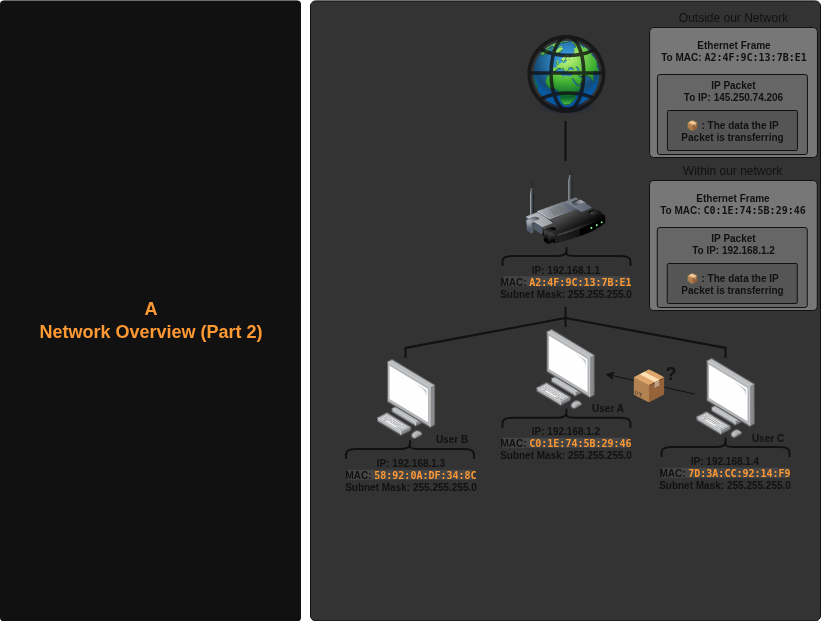
The draw.io diagram assets/imgs/cheatsheets/networking_cs/network_overview.png in Futsec/s-mastering-linux-jannis-seemann, before a commit. Source tidied: cells renumbered, new cells last; positions are measured from the earlier drawing's top-left corner, leaving out a move shared by most shapes.
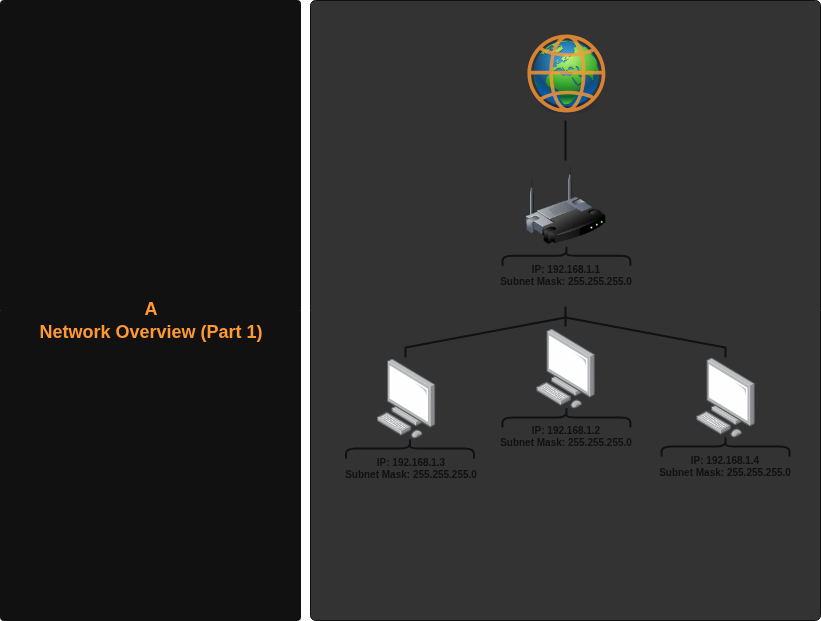
After the commit.

The edit, as a diff of the source:
```diff
@@ -3,160 +3,85 @@
     <mxCell id="0" />
     <mxCell id="1" parent="0" />
     <mxCell id="2" style="rounded=1;whiteSpace=wrap;html=1;fillColor=#111111;arcSize=1;strokeColor=#111111;" parent="1" vertex="1">
-      <mxGeometry y="0.4" width="300" height="620" as="geometry" />
+      <mxGeometry x="-1700" width="300" height="620" as="geometry" />
     </mxCell>
-    <mxCell id="3" value="&lt;div style=&quot;line-height: 0%;&quot;&gt;&lt;h4 tabindex=&quot;-1&quot; class=&quot;heading-element&quot; dir=&quot;auto&quot;&gt;A&lt;/h4&gt;&lt;div&gt;Network Overview (Part 2)&lt;/div&gt;&lt;/div&gt;" style="text;strokeColor=none;fillColor=none;html=1;fontSize=18;fontStyle=1;verticalAlign=middle;align=center;rotation=0;fontColor=#FF9933;horizontal=1;spacingTop=0;spacing=2;" parent="1" vertex="1">
-      <mxGeometry y="19.5" width="299" height="580" as="geometry" />
+    <mxCell id="3" style="rounded=1;whiteSpace=wrap;html=1;fillColor=#333333;arcSize=1;strokeColor=#111111;fontColor=#99FFFF;" parent="1" vertex="1">
+      <mxGeometry x="-1390" width="510" height="620" as="geometry" />
     </mxCell>
-    <mxCell id="4" style="rounded=1;whiteSpace=wrap;html=1;fillColor=#333333;arcSize=1;strokeColor=#111111;fontColor=#99FFFF;" parent="1" vertex="1">
-      <mxGeometry x="310" y="0.4" width="510" height="620" as="geometry" />
+    <mxCell id="4" value="&lt;div style=&quot;line-height: 0%;&quot;&gt;&lt;h4 tabindex=&quot;-1&quot; class=&quot;heading-element&quot; dir=&quot;auto&quot;&gt;A&lt;/h4&gt;&lt;div&gt;Network Overview (Part 1)&lt;/div&gt;&lt;/div&gt;" style="text;strokeColor=none;fillColor=none;html=1;fontSize=18;fontStyle=1;verticalAlign=middle;align=center;rotation=0;fontColor=#FF9933;horizontal=1;spacingTop=0;spacing=2;" parent="1" vertex="1">
+      <mxGeometry x="-1699.5" y="19.5" width="299" height="580" as="geometry" />
     </mxCell>
     <mxCell id="5" style="image;html=1;align=center;shadow=0;dashed=0;image=img/lib/allied_telesis/computer_and_terminals/Personal_Computer.svg;" parent="1" vertex="1">
-      <mxGeometry x="535.5" y="328.4" width="59" height="80" as="geometry" />
+      <mxGeometry x="-1164.5" y="328" width="59" height="80" as="geometry" />
     </mxCell>
     <mxCell id="6" style="image;html=1;align=center;shadow=0;dashed=0;image=img/lib/allied_telesis/computer_and_terminals/Personal_Computer.svg;" parent="1" vertex="1">
-      <mxGeometry x="376" y="358.4" width="59" height="80" as="geometry" />
+      <mxGeometry x="-1324" y="358" width="59" height="80" as="geometry" />
     </mxCell>
     <mxCell id="7" style="image;html=1;align=center;shadow=0;dashed=0;image=img/lib/allied_telesis/computer_and_terminals/Personal_Computer.svg;" parent="1" vertex="1">
-      <mxGeometry x="695.5" y="357.4" width="59" height="80" as="geometry" />
+      <mxGeometry x="-1004.5" y="357" width="59" height="80" as="geometry" />
     </mxCell>
     <mxCell id="8" style="endArrow=none;html=1;rounded=0;strokeColor=#111111;strokeWidth=2;" parent="1" edge="1">
       <mxGeometry relative="1" as="geometry">
-        <mxPoint x="405" y="357.4" as="sourcePoint" />
-        <mxPoint x="565" y="317.4" as="targetPoint" />
+        <mxPoint x="-1295" y="357" as="sourcePoint" />
+        <mxPoint x="-1135" y="317" as="targetPoint" />
         <Array as="points">
-          <mxPoint x="405" y="347.4" />
+          <mxPoint x="-1295" y="347" />
         </Array>
       </mxGeometry>
     </mxCell>
     <mxCell id="9" style="endArrow=none;html=1;rounded=0;strokeColor=#111111;strokeWidth=2;" parent="1" edge="1">
       <mxGeometry relative="1" as="geometry">
-        <mxPoint x="725" y="357.4" as="sourcePoint" />
-        <mxPoint x="565" y="317.4" as="targetPoint" />
+        <mxPoint x="-975" y="357" as="sourcePoint" />
+        <mxPoint x="-1135" y="317" as="targetPoint" />
         <Array as="points">
-          <mxPoint x="725" y="347.4" />
+          <mxPoint x="-975" y="347" />
         </Array>
       </mxGeometry>
     </mxCell>
     <mxCell id="10" style="endArrow=none;html=1;rounded=0;strokeColor=#111111;strokeWidth=2;" parent="1" edge="1">
       <mxGeometry relative="1" as="geometry">
-        <mxPoint x="565" y="160.4" as="sourcePoint" />
-        <mxPoint x="565" y="120.4" as="targetPoint" />
+        <mxPoint x="-1135" y="160" as="sourcePoint" />
+        <mxPoint x="-1135" y="120" as="targetPoint" />
       </mxGeometry>
     </mxCell>
     <mxCell id="11" style="image;html=1;image=img/lib/clip_art/networking/Wireless_Router_128x128.png;" parent="1" vertex="1">
-      <mxGeometry x="524.9" y="165" width="80" height="80" as="geometry" />
+      <mxGeometry x="-1175.1" y="164.6" width="80" height="80" as="geometry" />
     </mxCell>
     <mxCell id="12" style="image;html=1;image=img/lib/clip_art/general/Earth_globe_128x128.png;" parent="1" vertex="1">
-      <mxGeometry x="526.9" y="40.4" width="78.1" height="74" as="geometry" />
+      <mxGeometry x="-1173.1" y="40" width="78.1" height="74" as="geometry" />
     </mxCell>
-    <mxCell id="13" style="sketch=0;fontColor=#232F3E;gradientColor=none;fillColor=#111111;strokeColor=none;dashed=0;verticalLabelPosition=bottom;verticalAlign=top;align=center;html=1;fontSize=12;fontStyle=0;shape=mxgraph.aws4.globe;opacity=80;" parent="1" vertex="1">
-      <mxGeometry x="526.9" y="34.4" width="78" height="78" as="geometry" />
+    <mxCell id="13" style="sketch=0;fontColor=#232F3E;gradientColor=none;fillColor=#FF9933;strokeColor=none;dashed=0;verticalLabelPosition=bottom;verticalAlign=top;align=center;html=1;fontSize=12;fontStyle=0;shape=mxgraph.aws4.globe;opacity=80;" parent="1" vertex="1">
+      <mxGeometry x="-1173.1" y="34" width="78" height="78" as="geometry" />
     </mxCell>
-    <mxCell id="14" style="endArrow=none;html=1;rounded=0;strokeColor=#111111;strokeWidth=2;" parent="1" edge="1">
-      <mxGeometry relative="1" as="geometry">
-        <mxPoint x="565" y="326.4" as="sourcePoint" />
-        <mxPoint x="565" y="306.4" as="targetPoint" />
-      </mxGeometry>
+    <mxCell id="14" value="IP: 192.168.1.3&lt;br&gt;&lt;div&gt;&lt;span style=&quot;background-color: transparent;&quot;&gt;Subnet Mask: 255.255.255.0&lt;/span&gt;&lt;/div&gt;" style="text;html=1;align=center;verticalAlign=middle;whiteSpace=wrap;rounded=0;fontColor=#111111;fontStyle=1;fontSize=10;" parent="1" vertex="1">
+      <mxGeometry x="-1374.5" y="438.3" width="169.5" height="57" as="geometry" />
     </mxCell>
-    <mxCell id="15" style="shape=curlyBracket;whiteSpace=wrap;html=1;rounded=1;flipH=1;labelPosition=right;verticalLabelPosition=middle;align=left;verticalAlign=middle;rotation=-90;strokeColor=#111111;strokeWidth=2;" parent="1" vertex="1">
-      <mxGeometry x="399.5" y="384.5" width="20" height="127.9" as="geometry" />
+    <mxCell id="15" value="IP: 192.168.1.2&lt;br&gt;&lt;div&gt;&lt;span style=&quot;background-color: transparent;&quot;&gt;Subnet Mask: 255.255.255.0&lt;/span&gt;&lt;/div&gt;" style="text;html=1;align=center;verticalAlign=middle;whiteSpace=wrap;rounded=0;fontColor=#111111;fontStyle=1;fontSize=10;" parent="1" vertex="1">
+      <mxGeometry x="-1218.8" y="406" width="169.5" height="57" as="geometry" />
     </mxCell>
-    <mxCell id="16" style="shape=curlyBracket;whiteSpace=wrap;html=1;rounded=1;flipH=1;labelPosition=right;verticalLabelPosition=middle;align=left;verticalAlign=middle;rotation=-90;strokeColor=#111111;strokeWidth=2;" parent="1" vertex="1">
-      <mxGeometry x="556" y="353.4" width="20" height="127.9" as="geometry" />
+    <mxCell id="16" value="IP: 192.168.1.4&lt;br&gt;&lt;div&gt;&lt;span style=&quot;background-color: transparent;&quot;&gt;Subnet Mask: 255.255.255.0&lt;/span&gt;&lt;/div&gt;" style="text;html=1;align=center;verticalAlign=middle;whiteSpace=wrap;rounded=0;fontColor=#111111;fontStyle=1;fontSize=10;" parent="1" vertex="1">
+      <mxGeometry x="-1059.7" y="436.3" width="169.5" height="57" as="geometry" />
     </mxCell>
-    <mxCell id="17" style="shape=curlyBracket;whiteSpace=wrap;html=1;rounded=1;flipH=1;labelPosition=right;verticalLabelPosition=middle;align=left;verticalAlign=middle;rotation=-90;strokeColor=#111111;strokeWidth=2;" parent="1" vertex="1">
-      <mxGeometry x="715" y="382.5" width="20" height="127.9" as="geometry" />
+    <mxCell id="17" value="IP: 192.168.1.1&lt;div&gt;&lt;div&gt;&lt;div&gt;&lt;span style=&quot;background-color: transparent;&quot;&gt;Subnet Mask: 255.255.255.0&lt;/span&gt;&lt;/div&gt;&lt;/div&gt;&lt;/div&gt;" style="text;html=1;align=center;verticalAlign=middle;whiteSpace=wrap;rounded=0;fontColor=#111111;fontStyle=1;fontSize=10;" parent="1" vertex="1">
+      <mxGeometry x="-1218.8" y="245.9" width="169.5" height="57" as="geometry" />
     </mxCell>
-    <mxCell id="18" style="shape=curlyBracket;whiteSpace=wrap;html=1;rounded=1;flipH=1;labelPosition=right;verticalLabelPosition=middle;align=left;verticalAlign=middle;rotation=-90;strokeColor=#111111;strokeWidth=2;" parent="1" vertex="1">
-      <mxGeometry x="556" y="191.7" width="20" height="127.9" as="geometry" />
+    <mxCell id="18" style="endArrow=none;html=1;rounded=0;strokeColor=#111111;strokeWidth=2;" parent="1" edge="1">
+      <mxGeometry relative="1" as="geometry">
+        <mxPoint x="-1135" y="326" as="sourcePoint" />
+        <mxPoint x="-1135" y="306" as="targetPoint" />
+      </mxGeometry>
     </mxCell>
-    <mxCell id="19" style="rounded=1;whiteSpace=wrap;html=1;strokeColor=none;fillColor=#77777745;" parent="1" vertex="1">
-      <mxGeometry x="346.3" y="469.3" width="126.7" height="10" as="geometry" />
+    <mxCell id="19" style="shape=curlyBracket;whiteSpace=wrap;html=1;rounded=1;flipH=1;labelPosition=right;verticalLabelPosition=middle;align=left;verticalAlign=middle;rotation=-90;strokeColor=#111111;strokeWidth=2;" parent="1" vertex="1">
+      <mxGeometry x="-1300.5" y="384.1" width="20" height="127.9" as="geometry" />
     </mxCell>
-    <mxCell id="20" style="rounded=1;whiteSpace=wrap;html=1;strokeColor=none;fillColor=#77777745;" parent="1" vertex="1">
-      <mxGeometry x="501.6" y="437.3" width="126.7" height="10" as="geometry" />
+    <mxCell id="20" style="shape=curlyBracket;whiteSpace=wrap;html=1;rounded=1;flipH=1;labelPosition=right;verticalLabelPosition=middle;align=left;verticalAlign=middle;rotation=-90;strokeColor=#111111;strokeWidth=2;" parent="1" vertex="1">
+      <mxGeometry x="-1144" y="353" width="20" height="127.9" as="geometry" />
     </mxCell>
-    <mxCell id="21" style="rounded=1;whiteSpace=wrap;html=1;strokeColor=none;fillColor=#77777745;" parent="1" vertex="1">
-      <mxGeometry x="661.7" y="467.2" width="126.7" height="10" as="geometry" />
+    <mxCell id="21" style="shape=curlyBracket;whiteSpace=wrap;html=1;rounded=1;flipH=1;labelPosition=right;verticalLabelPosition=middle;align=left;verticalAlign=middle;rotation=-90;strokeColor=#111111;strokeWidth=2;" parent="1" vertex="1">
+      <mxGeometry x="-985" y="382.1" width="20" height="127.9" as="geometry" />
     </mxCell>
-    <mxCell id="22" style="rounded=1;whiteSpace=wrap;html=1;strokeColor=none;fillColor=#77777745;" parent="1" vertex="1">
-      <mxGeometry x="502.6" y="275.8" width="126.7" height="10" as="geometry" />
+    <mxCell id="22" style="shape=curlyBracket;whiteSpace=wrap;html=1;rounded=1;flipH=1;labelPosition=right;verticalLabelPosition=middle;align=left;verticalAlign=middle;rotation=-90;strokeColor=#111111;strokeWidth=2;" parent="1" vertex="1">
+      <mxGeometry x="-1144" y="191.3" width="20" height="127.9" as="geometry" />
     </mxCell>
-    <mxCell id="23" value="IP: 192.168.1.1&lt;br&gt;MAC:&amp;nbsp;&lt;code&gt;&lt;font style=&quot;color: rgb(255, 153, 51);&quot;&gt;A2:4F:9C:13:7B:E1&lt;/font&gt;&lt;/code&gt;&lt;br&gt;&lt;div&gt;&lt;div&gt;&lt;div&gt;&lt;span style=&quot;background-color: transparent;&quot;&gt;Subnet Mask: 255.255.255.0&lt;/span&gt;&lt;/div&gt;&lt;/div&gt;&lt;/div&gt;" style="text;html=1;align=center;verticalAlign=middle;whiteSpace=wrap;rounded=0;fontColor=#111111;fontStyle=1;fontSize=10;" parent="1" vertex="1">
-      <mxGeometry x="481.2" y="252.3" width="169.5" height="57" as="geometry" />
-    </mxCell>
-    <mxCell id="24" value="IP: 192.168.1.4&lt;br&gt;MAC:&amp;nbsp;&lt;code&gt;&lt;font style=&quot;color: rgb(255, 153, 51);&quot;&gt;7D:3A:CC:92:14:F9&lt;/font&gt;&lt;/code&gt;&lt;br&gt;&lt;div&gt;&lt;span style=&quot;background-color: transparent;&quot;&gt;Subnet Mask: 255.255.255.0&lt;/span&gt;&lt;/div&gt;" style="text;html=1;align=center;verticalAlign=middle;whiteSpace=wrap;rounded=0;fontColor=#111111;fontStyle=1;fontSize=10;" parent="1" vertex="1">
-      <mxGeometry x="640.3" y="443.7" width="169.5" height="57" as="geometry" />
-    </mxCell>
-    <mxCell id="25" value="IP: 192.168.1.2&lt;br&gt;MAC:&amp;nbsp;&lt;code&gt;&lt;font style=&quot;color: rgb(255, 153, 51);&quot;&gt;C0:1E:74:5B:29:46&lt;/font&gt;&lt;/code&gt;&lt;br&gt;&lt;div&gt;&lt;span style=&quot;background-color: transparent;&quot;&gt;Subnet Mask: 255.255.255.0&lt;/span&gt;&lt;/div&gt;" style="text;html=1;align=center;verticalAlign=middle;whiteSpace=wrap;rounded=0;fontColor=#111111;fontStyle=1;fontSize=10;" parent="1" vertex="1">
-      <mxGeometry x="481.2" y="413.4" width="169.5" height="57" as="geometry" />
-    </mxCell>
-    <mxCell id="26" value="IP: 192.168.1.3&lt;br&gt;MAC:&amp;nbsp;&lt;code&gt;&lt;font style=&quot;color: rgb(255, 153, 51);&quot;&gt;58:92:0A:DF:34:8C&lt;/font&gt;&lt;/code&gt;&lt;br&gt;&lt;div&gt;&lt;span style=&quot;background-color: transparent;&quot;&gt;Subnet Mask: 255.255.255.0&lt;/span&gt;&lt;/div&gt;" style="text;html=1;align=center;verticalAlign=middle;whiteSpace=wrap;rounded=0;fontColor=#111111;fontStyle=1;fontSize=10;" parent="1" vertex="1">
-      <mxGeometry x="325.5" y="445.7" width="169.5" height="57" as="geometry" />
-    </mxCell>
-    <mxCell id="27" style="endArrow=classic;html=1;rounded=0;strokeColor=#111111;strokeWidth=1;" parent="1" edge="1">
-      <mxGeometry relative="1" as="geometry">
-        <mxPoint x="693.9" y="393.5" as="sourcePoint" />
-        <mxPoint x="604.9" y="373.5" as="targetPoint" />
-      </mxGeometry>
-    </mxCell>
-    <mxCell id="28" value="?" style="text;html=1;align=center;verticalAlign=middle;whiteSpace=wrap;rounded=0;fontSize=18;fontStyle=1;fontColor=#111111;" parent="1" vertex="1">
-      <mxGeometry x="650.7" y="352.7" width="39" height="40" as="geometry" />
-    </mxCell>
-    <mxCell id="29" value="📦" style="text;html=1;align=center;verticalAlign=middle;whiteSpace=wrap;rounded=0;fontSize=30;" parent="1" vertex="1">
-      <mxGeometry x="629.3" y="364" width="39" height="40" as="geometry" />
-    </mxCell>
-    <mxCell id="30" value="&lt;font style=&quot;color: rgb(17, 17, 17);&quot;&gt;User B&lt;/font&gt;" style="text;html=1;align=center;verticalAlign=middle;whiteSpace=wrap;rounded=0;fontSize=10;fontStyle=1;fontColor=#111111;" parent="1" vertex="1">
-      <mxGeometry x="417.2" y="429.6" width="69" height="17.1" as="geometry" />
-    </mxCell>
-    <mxCell id="31" value="&lt;font style=&quot;color: rgb(17, 17, 17);&quot;&gt;User A&lt;/font&gt;" style="text;html=1;align=center;verticalAlign=middle;whiteSpace=wrap;rounded=0;fontSize=10;fontStyle=1;fontColor=#111111;" parent="1" vertex="1">
-      <mxGeometry x="573.3" y="398.5" width="69" height="17.1" as="geometry" />
-    </mxCell>
-    <mxCell id="32" value="&lt;font style=&quot;color: rgb(17, 17, 17);&quot;&gt;User C&lt;/font&gt;" style="text;html=1;align=center;verticalAlign=middle;whiteSpace=wrap;rounded=0;fontSize=10;fontStyle=1;fontColor=#111111;" parent="1" vertex="1">
-      <mxGeometry x="733" y="428.9" width="69" height="17.1" as="geometry" />
-    </mxCell>
-    <mxCell id="33" style="rounded=1;whiteSpace=wrap;html=1;arcSize=3;fillColor=#777777;strokeColor=#111111;" parent="1" vertex="1">
-      <mxGeometry x="649" y="180" width="167.8" height="130" as="geometry" />
-    </mxCell>
-    <mxCell id="34" style="rounded=1;whiteSpace=wrap;html=1;arcSize=3;fillColor=#666666;strokeColor=#111111;" parent="1" vertex="1">
-      <mxGeometry x="656.8" y="227" width="150" height="80" as="geometry" />
-    </mxCell>
-    <mxCell id="35" style="rounded=1;whiteSpace=wrap;html=1;arcSize=3;fillColor=#555555;strokeColor=#111111;" parent="1" vertex="1">
-      <mxGeometry x="666.8" y="263" width="130" height="40" as="geometry" />
-    </mxCell>
-    <mxCell id="36" value="📦 : The data the IP Packet is transferring" style="text;html=1;align=center;verticalAlign=middle;whiteSpace=wrap;rounded=0;fontColor=#111111;fontStyle=1;fontSize=10;" parent="1" vertex="1">
-      <mxGeometry x="676.8" y="268" width="110" height="30" as="geometry" />
-    </mxCell>
-    <mxCell id="37" value="IP Packet&lt;br&gt;To IP: 192.168.1.2" style="text;html=1;align=center;verticalAlign=middle;whiteSpace=wrap;rounded=0;fontColor=#111111;fontStyle=1;fontSize=10;" parent="1" vertex="1">
-      <mxGeometry x="674" y="228" width="117.8" height="30" as="geometry" />
-    </mxCell>
-    <mxCell id="38" value="Ethernet Frame&lt;div&gt;To MAC:&amp;nbsp;&lt;span style=&quot;font-family: monospace; background-color: transparent;&quot;&gt;C0:1E:74:5B:29:46&lt;/span&gt;&lt;/div&gt;" style="text;html=1;align=center;verticalAlign=middle;whiteSpace=wrap;rounded=0;fontColor=#111111;fontStyle=1;fontSize=10;" parent="1" vertex="1">
-      <mxGeometry x="653.4" y="188" width="159" height="30" as="geometry" />
-    </mxCell>
-    <mxCell id="39" style="rounded=1;whiteSpace=wrap;html=1;arcSize=3;fillColor=#777777;strokeColor=#111111;" parent="1" vertex="1">
-      <mxGeometry x="649.1" y="27" width="167.8" height="130" as="geometry" />
-    </mxCell>
-    <mxCell id="40" style="rounded=1;whiteSpace=wrap;html=1;arcSize=3;fillColor=#666666;strokeColor=#111111;" parent="1" vertex="1">
-      <mxGeometry x="656.9" y="74" width="150" height="80" as="geometry" />
-    </mxCell>
-    <mxCell id="41" style="rounded=1;whiteSpace=wrap;html=1;arcSize=3;fillColor=#555555;strokeColor=#111111;" parent="1" vertex="1">
-      <mxGeometry x="666.9" y="110" width="130" height="40" as="geometry" />
-    </mxCell>
-    <mxCell id="42" value="📦 : The data the IP Packet is transferring" style="text;html=1;align=center;verticalAlign=middle;whiteSpace=wrap;rounded=0;fontColor=#111111;fontStyle=1;fontSize=10;" parent="1" vertex="1">
-      <mxGeometry x="676.9" y="115" width="110" height="30" as="geometry" />
-    </mxCell>
-    <mxCell id="43" value="IP Packet&lt;br&gt;To IP: 145.250.74.206" style="text;html=1;align=center;verticalAlign=middle;whiteSpace=wrap;rounded=0;fontColor=#111111;fontStyle=1;fontSize=10;" parent="1" vertex="1">
-      <mxGeometry x="674.1" y="75" width="117.8" height="30" as="geometry" />
-    </mxCell>
-    <mxCell id="44" value="Ethernet Frame&lt;div&gt;&lt;font style=&quot;color: rgb(17, 17, 17);&quot;&gt;To MAC:&amp;nbsp;&lt;span style=&quot;font-family: monospace; background-color: transparent;&quot;&gt;A2:4F:9C:13:7B:E1&lt;/span&gt;&lt;/font&gt;&lt;/div&gt;" style="text;html=1;align=center;verticalAlign=middle;whiteSpace=wrap;rounded=0;fontColor=#111111;fontStyle=1;fontSize=10;" parent="1" vertex="1">
-      <mxGeometry x="653.5" y="35" width="159" height="30" as="geometry" />
-    </mxCell>
-    <mxCell id="45" value="Within our network" style="text;html=1;align=center;verticalAlign=middle;whiteSpace=wrap;rounded=0;fontColor=#111111;" parent="1" vertex="1">
-      <mxGeometry x="649.1" y="160" width="165.9" height="20" as="geometry" />
-    </mxCell>
-    <mxCell id="46" value="Outside our Network" style="text;html=1;align=center;verticalAlign=middle;whiteSpace=wrap;rounded=0;fontColor=#111111;" parent="1" vertex="1">
-      <mxGeometry x="650" y="7" width="165.9" height="20" as="geometry" />
-    </mxCell>
   </root>
 </mxGraphModel>
```
